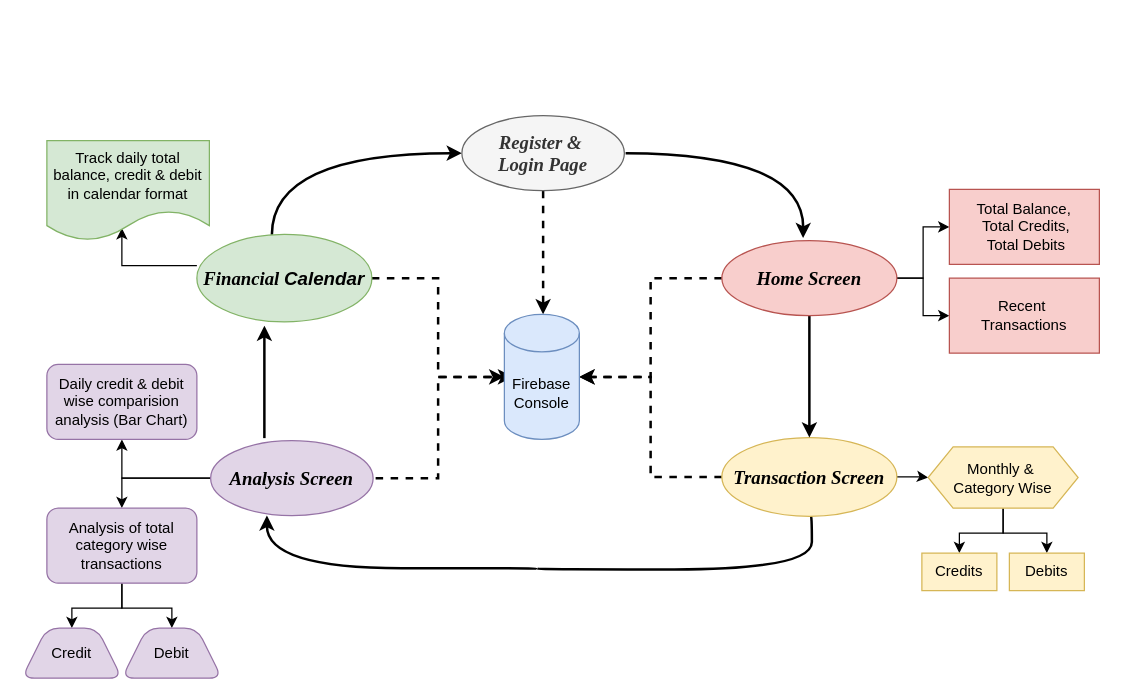
This is lib/Untitled Diagram.drawio from Sanketrajnor/Budget_Management_App, a draw.io file, before an edit. Source tidied: cells renumbered, new cells numbered last; positions are measured from the earlier drawing's top-left corner, leaving out a move shared by most shapes. Both pictures are drawn from the tidied source at 125%, with x=0, y=0 at pixel (21, 115).
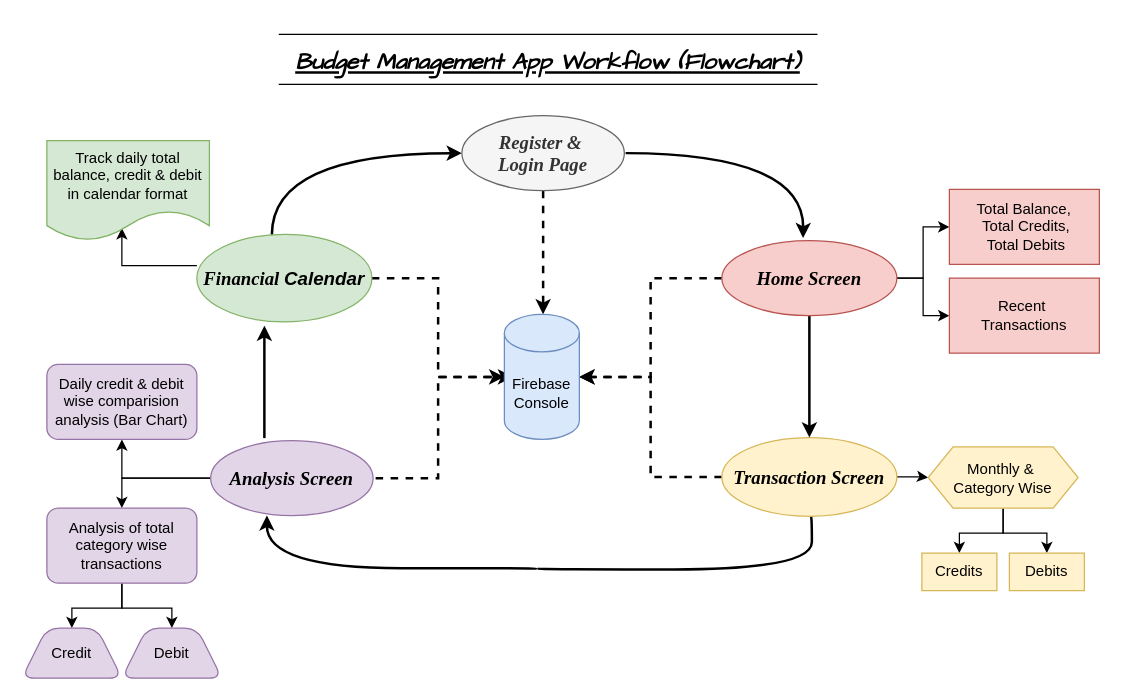
Above is the later version.

Commit message:
App_Workflow

What changed in the source:
```diff
@@
+    <mxCell id="38" value="&lt;h1&gt;&lt;b&gt;&lt;i&gt;&lt;u&gt;&lt;font face=&quot;Comic Sans MS&quot; style=&quot;font-size: 18px;&quot;&gt;Budget Management App Workflow (Flowchart)&lt;/font&gt;&lt;/u&gt;&lt;/i&gt;&lt;/b&gt;&lt;/h1&gt;" style="shape=partialRectangle;whiteSpace=wrap;html=1;left=0;right=0;fillColor=none;" parent="1" vertex="1">
+      <mxGeometry x="206" y="-65" width="430" height="40" as="geometry" />
+    </mxCell>
```
